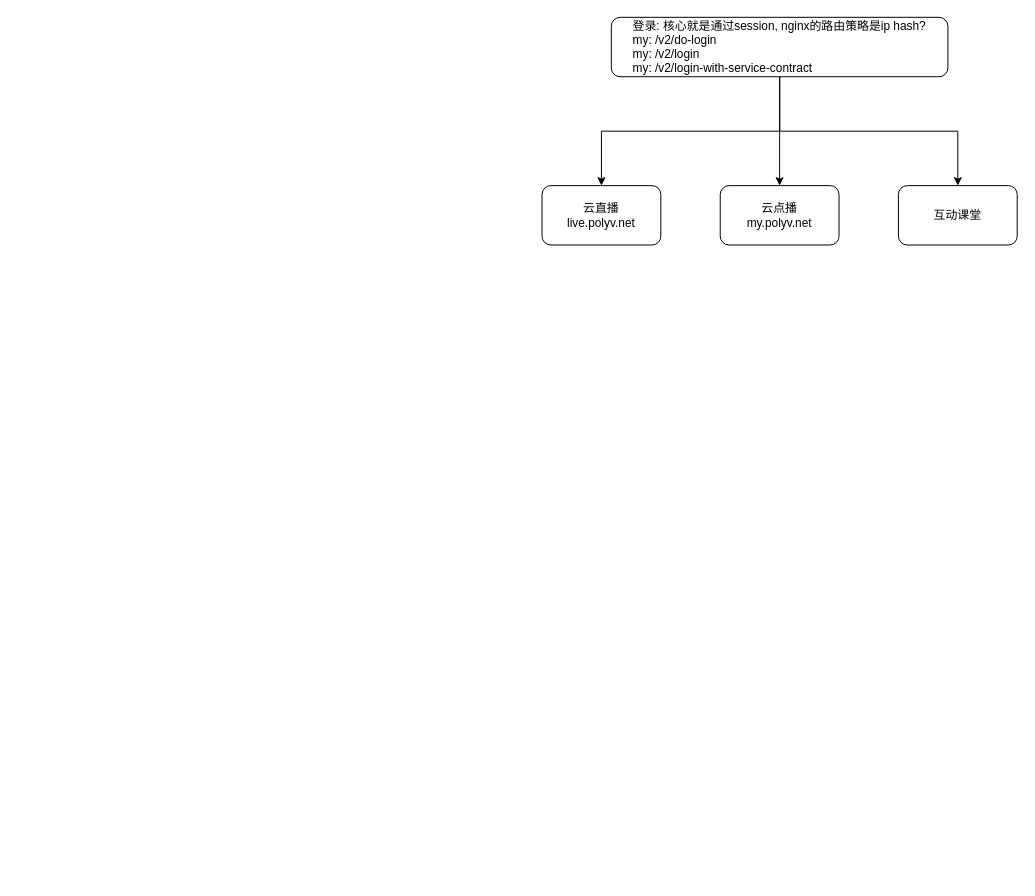
This is 点播服务架构.drawio from deerio/draw-io, a draw.io file, before an edit. Source tidied: cells renumbered, new cells numbered last; positions are measured from the earlier drawing's top-left corner, leaving out a move shared by most shapes. Both pictures are drawn from the tidied source at 99%, with x=0, y=0 at pixel (542, 17).
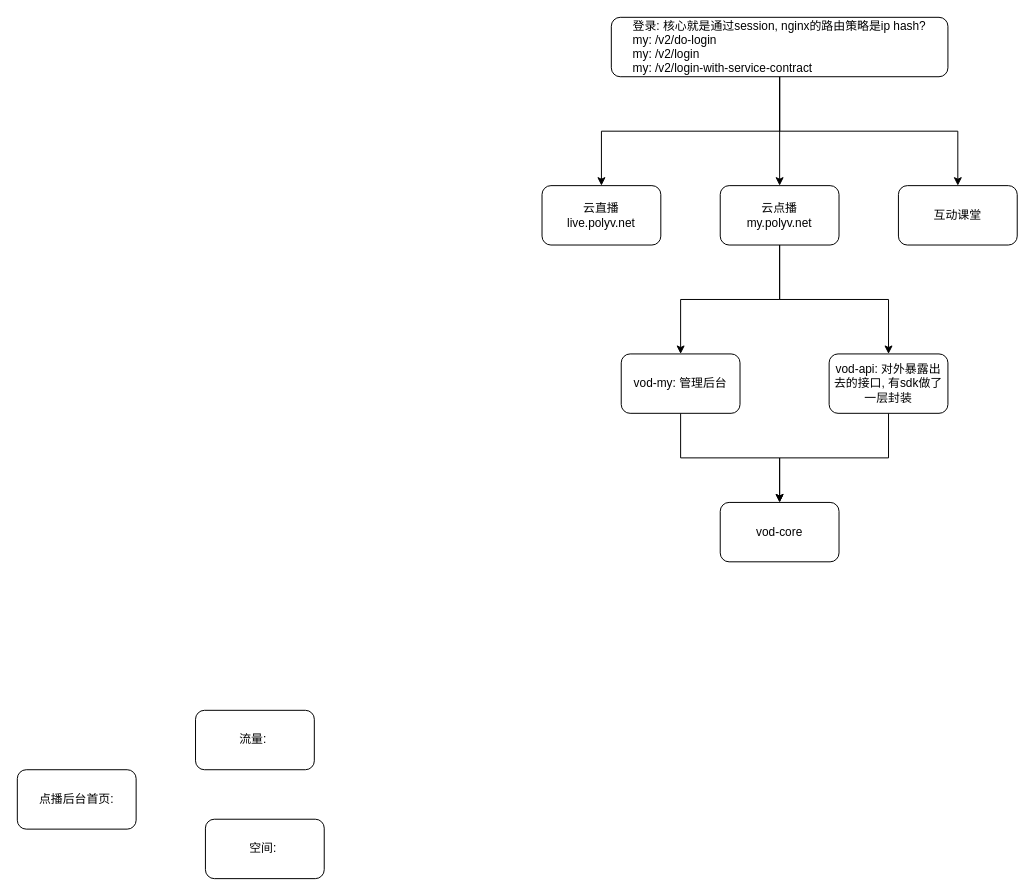
The same page after the edit.

Commit message:
更新点播服务架构.drawio

Change to the diagram source:
```diff
@@
 <mxGraphModel>
   <root>
     <mxCell id="0" />
     <mxCell id="1" parent="0" />
     <mxCell id="2" style="edgeStyle=orthogonalEdgeStyle;rounded=0;jettySize=auto;html=1;" parent="1" edge="1" source="5" target="6">
       <mxGeometry relative="1" as="geometry" />
     </mxCell>
     <mxCell id="3" style="edgeStyle=orthogonalEdgeStyle;rounded=0;jettySize=auto;html=1;exitX=0.5;exitY=1;exitDx=0;exitDy=0;entryX=0.5;entryY=0;entryDx=0;entryDy=0;" parent="1" edge="1" source="5" target="7">
       <mxGeometry relative="1" as="geometry" />
     </mxCell>
     <mxCell id="4" style="edgeStyle=orthogonalEdgeStyle;rounded=0;jettySize=auto;html=1;exitX=0.5;exitY=1;exitDx=0;exitDy=0;" parent="1" edge="1" source="5" target="8">
       <mxGeometry relative="1" as="geometry" />
     </mxCell>
     <mxCell id="5" value="&lt;div style=&quot;text-align: left;&quot;&gt;&lt;span style=&quot;background-color: initial;&quot;&gt;登录: 核心就是通过session, nginx的路由策略是ip hash?&lt;/span&gt;&lt;/div&gt;&lt;div style=&quot;text-align: left;&quot;&gt;&lt;span style=&quot;background-color: initial;&quot;&gt;my: /v2/do-login&lt;/span&gt;&lt;/div&gt;&lt;div style=&quot;text-align: left;&quot;&gt;&lt;span style=&quot;background-color: initial;&quot;&gt;my: /v2/login&lt;/span&gt;&lt;/div&gt;&lt;div style=&quot;text-align: left;&quot;&gt;&lt;span style=&quot;background-color: initial;&quot;&gt;my: /v2/login-with-service-contract&lt;/span&gt;&lt;/div&gt;" style="rounded=1;whiteSpace=wrap;html=1;" parent="1" vertex="1">
       <mxGeometry x="70" width="340" height="60" as="geometry" />
     </mxCell>
+    <mxCell id="9" style="edgeStyle=orthogonalEdgeStyle;rounded=0;jettySize=auto;html=1;exitX=0.5;exitY=1;exitDx=0;exitDy=0;" parent="1" edge="1" source="6" target="12">
+      <mxGeometry relative="1" as="geometry" />
+    </mxCell>
+    <mxCell id="10" style="edgeStyle=orthogonalEdgeStyle;rounded=0;jettySize=auto;html=1;exitX=0.5;exitY=1;exitDx=0;exitDy=0;" parent="1" edge="1" source="6" target="14">
+      <mxGeometry relative="1" as="geometry" />
+    </mxCell>
     <mxCell id="6" value="云点播&lt;br&gt;my.polyv.net" style="rounded=1;whiteSpace=wrap;html=1;" parent="1" vertex="1">
       <mxGeometry x="180" y="170" width="120" height="60" as="geometry" />
     </mxCell>
     <mxCell id="7" value="云直播&lt;br&gt;live.polyv.net" style="rounded=1;whiteSpace=wrap;html=1;" parent="1" vertex="1">
       <mxGeometry y="170" width="120" height="60" as="geometry" />
     </mxCell>
     <mxCell id="8" value="互动课堂" style="rounded=1;whiteSpace=wrap;html=1;" parent="1" vertex="1">
       <mxGeometry x="360" y="170" width="120" height="60" as="geometry" />
     </mxCell>
+    <mxCell id="11" style="edgeStyle=orthogonalEdgeStyle;rounded=0;jettySize=auto;html=1;exitX=0.5;exitY=1;exitDx=0;exitDy=0;entryX=0.5;entryY=0;entryDx=0;entryDy=0;" parent="1" edge="1" source="12" target="15">
+      <mxGeometry relative="1" as="geometry" />
+    </mxCell>
+    <mxCell id="12" value="vod-my: 管理后台" style="rounded=1;whiteSpace=wrap;html=1;" parent="1" vertex="1">
+      <mxGeometry x="80" y="340" width="120" height="60" as="geometry" />
+    </mxCell>
+    <mxCell id="13" style="edgeStyle=orthogonalEdgeStyle;rounded=0;jettySize=auto;html=1;exitX=0.5;exitY=1;exitDx=0;exitDy=0;entryX=0.5;entryY=0;entryDx=0;entryDy=0;" parent="1" edge="1" source="14" target="15">
+      <mxGeometry relative="1" as="geometry" />
+    </mxCell>
+    <mxCell id="14" value="vod-api: 对外暴露出去的接口, 有sdk做了一层封装" style="rounded=1;whiteSpace=wrap;html=1;" parent="1" vertex="1">
+      <mxGeometry x="290" y="340" width="120" height="60" as="geometry" />
+    </mxCell>
+    <mxCell id="15" value="vod-core" style="rounded=1;whiteSpace=wrap;html=1;" parent="1" vertex="1">
+      <mxGeometry x="180" y="490" width="120" height="60" as="geometry" />
+    </mxCell>
+    <mxCell id="16" value="点播后台首页:" style="rounded=1;whiteSpace=wrap;html=1;" parent="1" vertex="1">
+      <mxGeometry x="-530" y="760" width="120" height="60" as="geometry" />
+    </mxCell>
+    <mxCell id="17" value="流量:&amp;nbsp;" style="rounded=1;whiteSpace=wrap;html=1;" parent="1" vertex="1">
+      <mxGeometry x="-350" y="700" width="120" height="60" as="geometry" />
+    </mxCell>
+    <mxCell id="18" value="空间:&amp;nbsp;" style="rounded=1;whiteSpace=wrap;html=1;" parent="1" vertex="1">
+      <mxGeometry x="-340" y="810" width="120" height="60" as="geometry" />
+    </mxCell>
   </root>
 </mxGraphModel>
```
